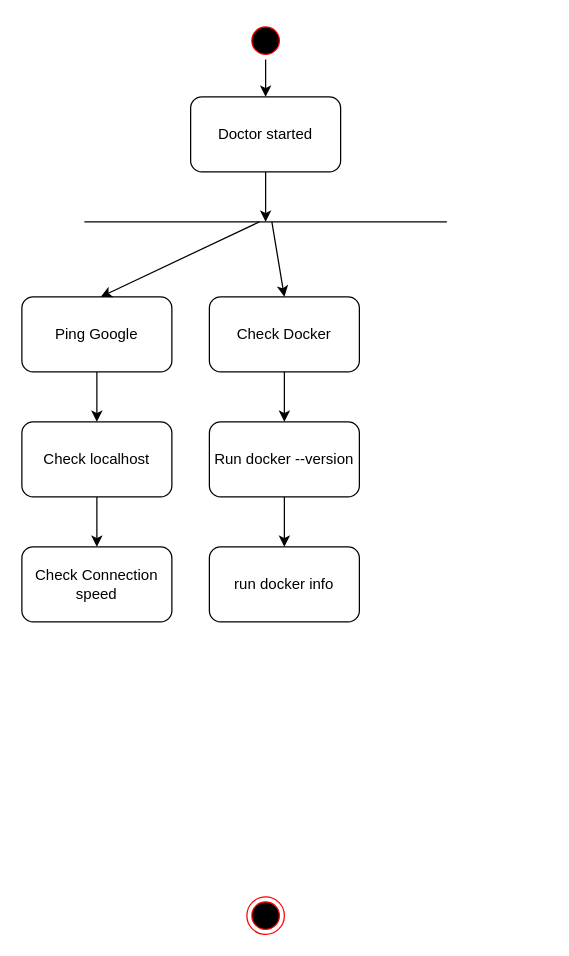
Earlier version of the draw.io diagram diagrams/doctor.drawio (BenCoepp/probatio). Source tidied: cells renumbered, new cells numbered last; positions are measured from the earlier drawing's top-left corner, leaving out a move shared by most shapes. Both pictures are drawn from the tidied source at 125%, with x=0, y=0 at pixel (21, 21).
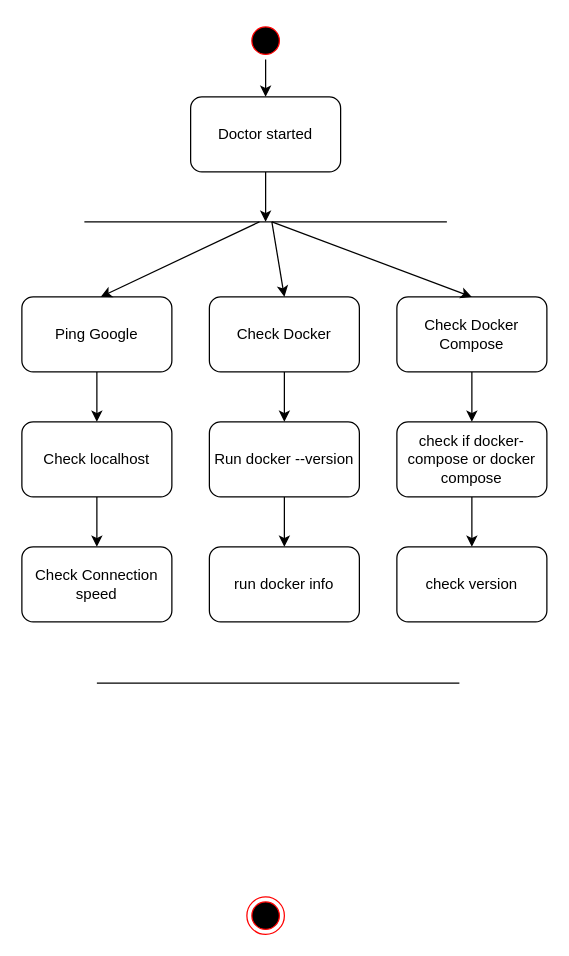
The same page after the edit.

The edit, as a diff of the source:
```diff
@@
+    <mxCell id="20" style="edgeStyle=orthogonalEdgeStyle;rounded=0;jettySize=auto;html=1;" parent="1" edge="1" source="21" target="24">
+      <mxGeometry relative="1" as="geometry" />
+    </mxCell>
+    <mxCell id="21" value="Check Docker Compose" style="rounded=1;whiteSpace=wrap;html=1;" parent="1" vertex="1">
+      <mxGeometry x="300" y="220" width="120" height="60" as="geometry" />
+    </mxCell>
+    <mxCell id="22" style="endArrow=classic;html=1;entryX=0.5;entryY=0;entryDx=0;entryDy=0;" parent="1" edge="1" target="21">
+      <mxGeometry relative="1" as="geometry">
+        <mxPoint x="200" y="160" as="sourcePoint" />
+      </mxGeometry>
+    </mxCell>
+    <mxCell id="23" style="edgeStyle=orthogonalEdgeStyle;rounded=0;jettySize=auto;html=1;" parent="1" edge="1" source="24" target="25">
+      <mxGeometry relative="1" as="geometry" />
+    </mxCell>
+    <mxCell id="24" value="check if docker-compose or docker compose" style="whiteSpace=wrap;html=1;rounded=1;" parent="1" vertex="1">
+      <mxGeometry x="300" y="320" width="120" height="60" as="geometry" />
+    </mxCell>
+    <mxCell id="25" value="check version" style="whiteSpace=wrap;html=1;rounded=1;" parent="1" vertex="1">
+      <mxGeometry x="300" y="420" width="120" height="60" as="geometry" />
+    </mxCell>
+    <mxCell id="26" style="endArrow=none;html=1;" parent="1" edge="1">
+      <mxGeometry relative="1" as="geometry">
+        <mxPoint x="60" y="529" as="sourcePoint" />
+        <mxPoint x="350" y="529" as="targetPoint" />
+      </mxGeometry>
+    </mxCell>
```
